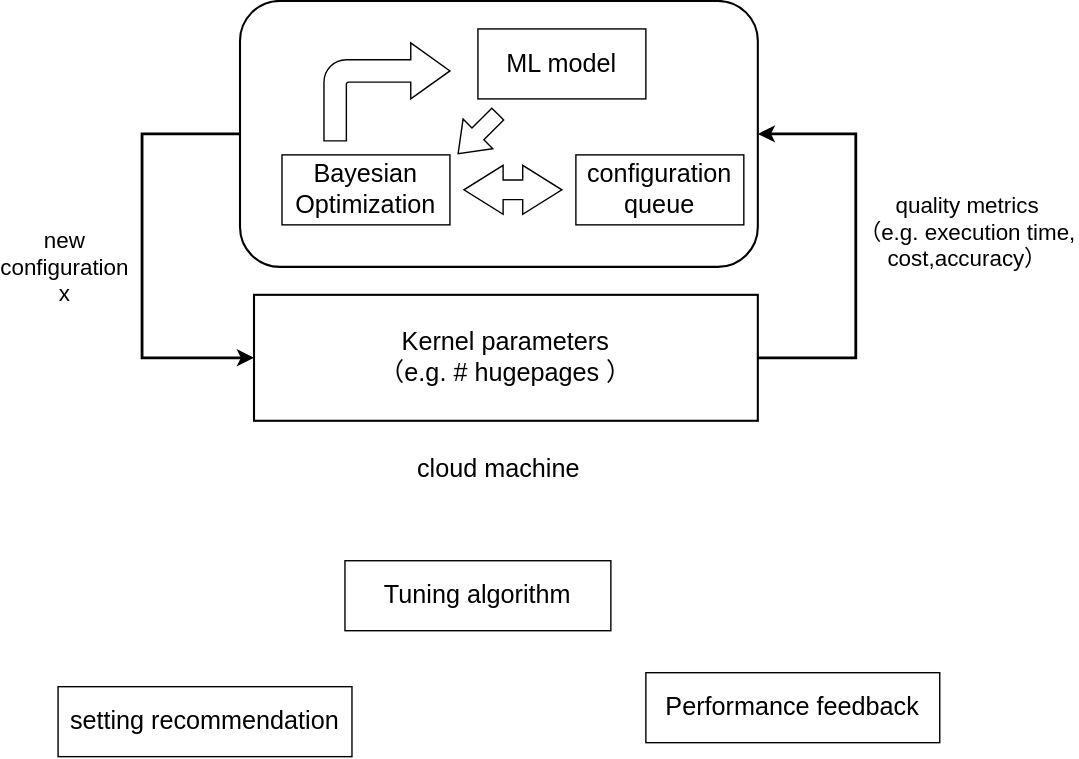
Earlier version of the draw.io export kernel-BO.drawio.svg (Dong-J93/_pictures). Source tidied: cells renumbered, new cells last; positions are measured from the earlier drawing's top-left corner, leaving out a move shared by most shapes.
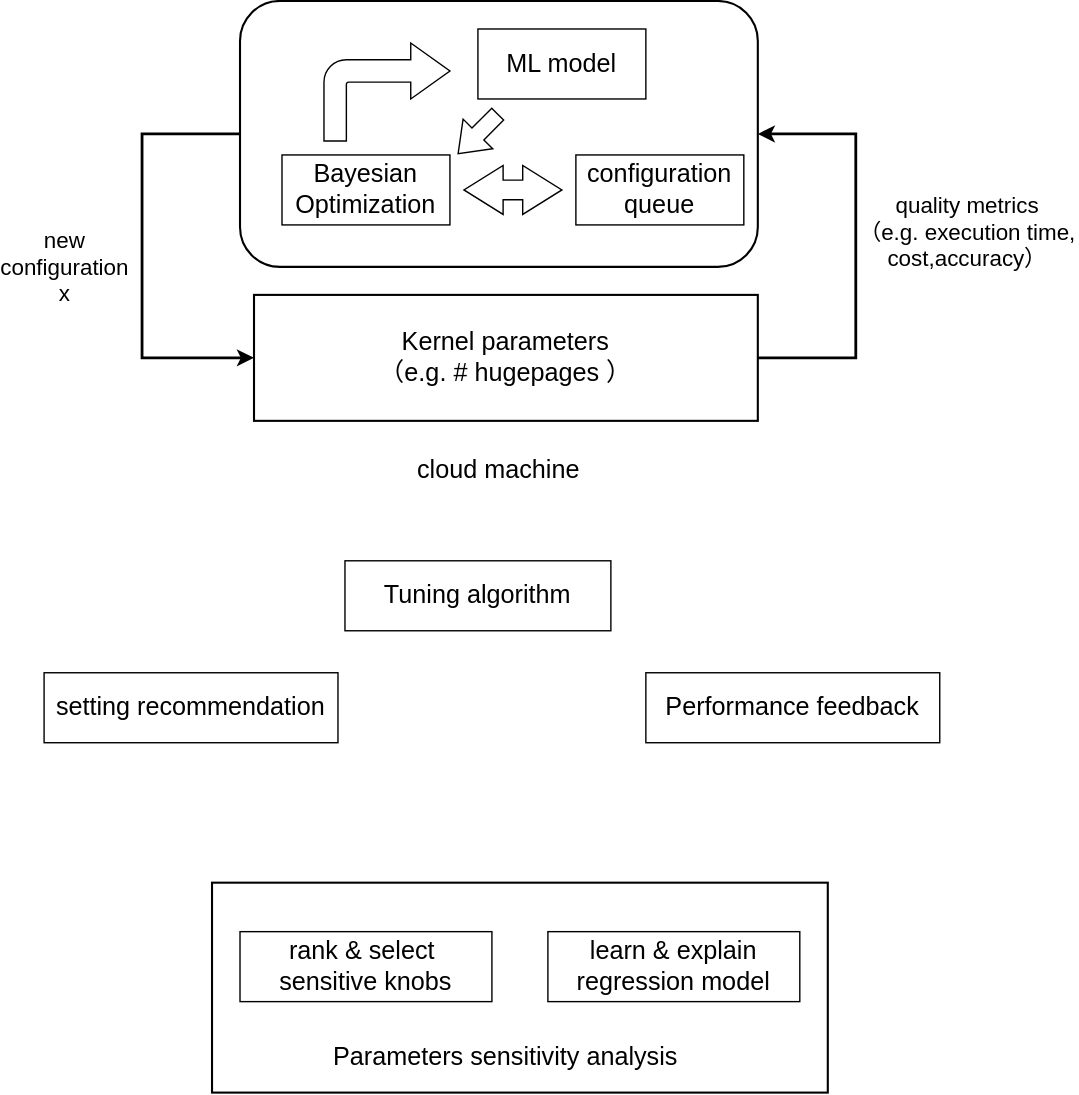
After the commit.

What changed in the source:
```diff
@@ -58,7 +58,19 @@
       <mxGeometry x="460" y="480" width="210" height="50" as="geometry" />
     </mxCell>
     <mxCell id="17" value="&lt;span style=&quot;font-size: 18px;&quot;&gt;setting recommendation&lt;/span&gt;" style="rounded=0;whiteSpace=wrap;html=1;" parent="1" vertex="1">
-      <mxGeometry x="40" y="490" width="210" height="50" as="geometry" />
+      <mxGeometry x="30" y="480" width="210" height="50" as="geometry" />
     </mxCell>
+    <mxCell id="18" style="rounded=0;whiteSpace=wrap;html=1;fillColor=none;strokeWidth=1.5;align=center;" parent="1" vertex="1">
+      <mxGeometry x="150" y="630" width="440" height="150" as="geometry" />
+    </mxCell>
+    <mxCell id="19" value="&lt;span style=&quot;font-size: 18px;&quot;&gt;rank &amp;amp; select&amp;nbsp;&lt;/span&gt;&lt;div&gt;&lt;span style=&quot;font-size: 18px;&quot;&gt;sensitive knobs&lt;/span&gt;&lt;/div&gt;" style="rounded=0;whiteSpace=wrap;html=1;" parent="1" vertex="1">
+      <mxGeometry x="170" y="665" width="180" height="50" as="geometry" />
+    </mxCell>
+    <mxCell id="20" value="&lt;span style=&quot;font-size: 18px;&quot;&gt;learn &amp;amp; explain&lt;/span&gt;&lt;div&gt;&lt;span style=&quot;font-size: 18px;&quot;&gt;regression model&lt;/span&gt;&lt;/div&gt;" style="rounded=0;whiteSpace=wrap;html=1;" parent="1" vertex="1">
+      <mxGeometry x="390" y="665" width="180" height="50" as="geometry" />
+    </mxCell>
+    <mxCell id="21" value="&lt;font style=&quot;font-size: 18px;&quot;&gt;Parameters sensitivity analysis&lt;/font&gt;" style="text;html=1;align=center;verticalAlign=middle;whiteSpace=wrap;rounded=0;" parent="1" vertex="1">
+      <mxGeometry x="220" y="730" width="280" height="50" as="geometry" />
+    </mxCell>
   </root>
 </mxGraphModel>
```
